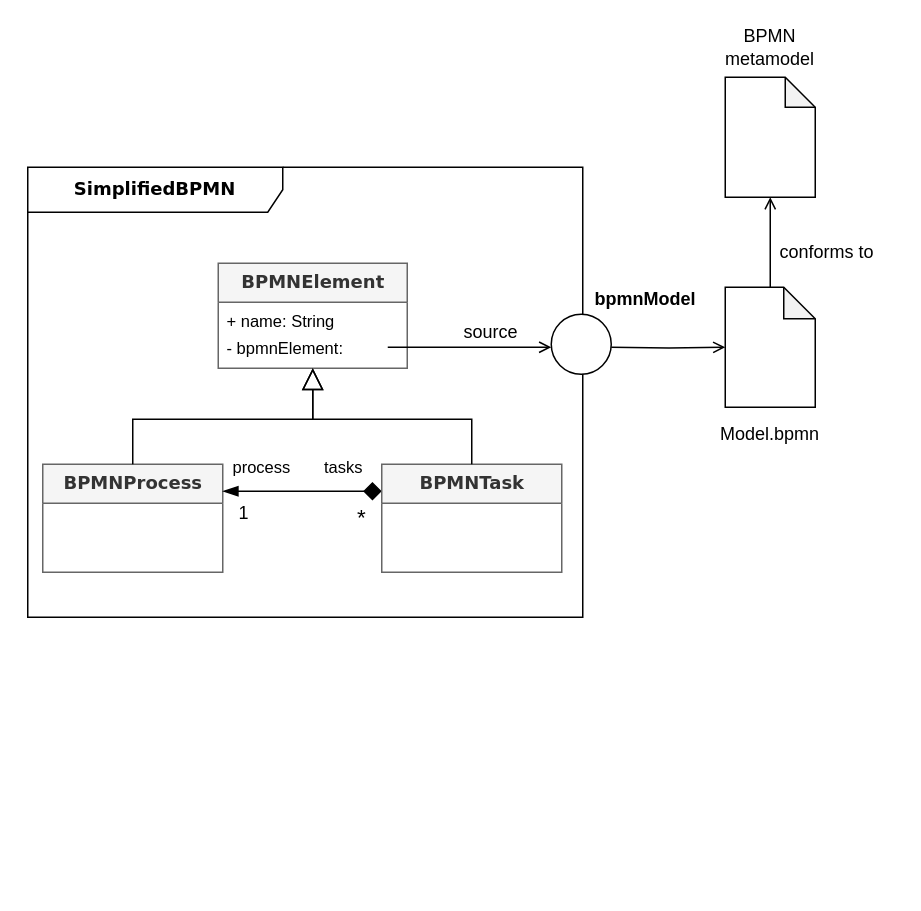
labsticc-p4s/multi-process-challenge keeps this draw.io diagram as Figures/BPMNSubsetExample.drawio. Above is the earlier version. Source tidied: cells renumbered, new cells numbered last; positions are measured from the earlier drawing's top-left corner, leaving out a move shared by most shapes. Both pictures are drawn from the tidied source at 150%, with x=0, y=0 at pixel (27, 32).
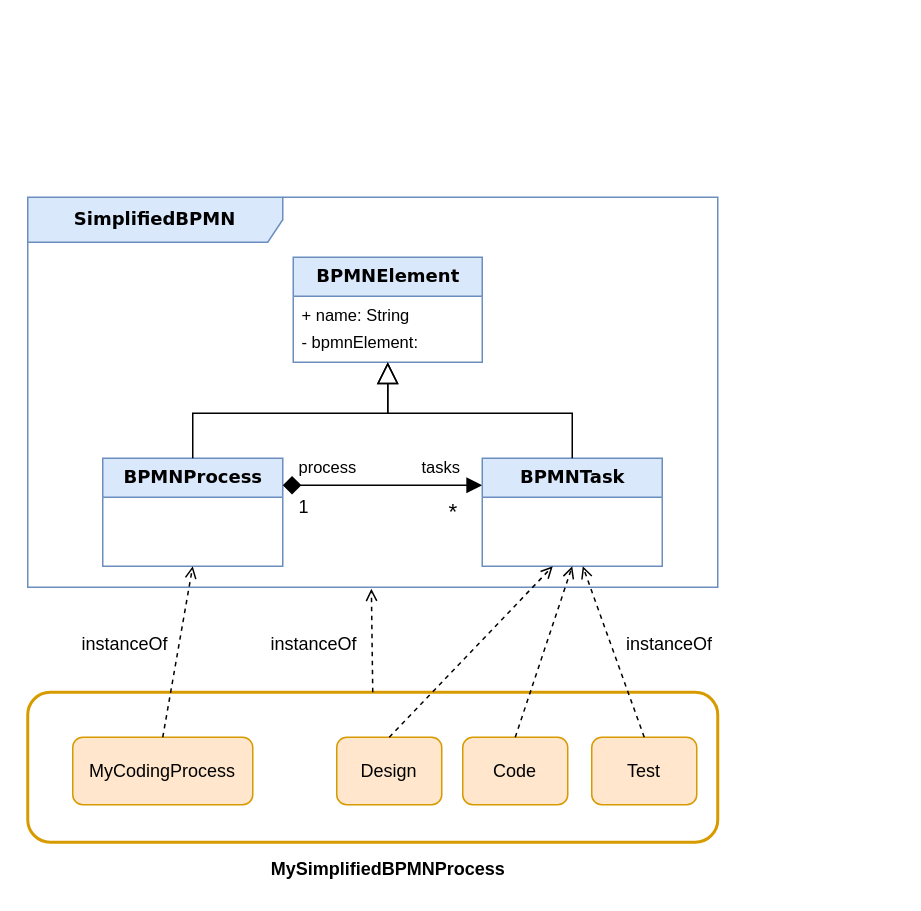
After the change.

The edit, as a diff of the source:
```diff
@@
-    <mxCell id="2" value="&lt;b&gt;&lt;font style=&quot;font-size: 12px&quot;&gt;SimplifiedBPMN&lt;/font&gt;&lt;/b&gt;" style="shape=umlFrame;whiteSpace=wrap;html=1;rounded=0;shadow=0;comic=0;labelBackgroundColor=none;strokeWidth=1;fontFamily=Verdana;fontSize=10;align=center;width=170;height=30;" parent="1" vertex="1">
-      <mxGeometry y="90" width="370" height="300" as="geometry" />
+    <mxCell id="2" value="&lt;b&gt;&lt;font style=&quot;font-size: 12px&quot;&gt;SimplifiedBPMN&lt;/font&gt;&lt;/b&gt;" style="shape=umlFrame;whiteSpace=wrap;html=1;rounded=0;shadow=0;comic=0;labelBackgroundColor=none;strokeWidth=1;fontFamily=Verdana;fontSize=10;align=center;width=170;height=30;fillColor=#dae8fc;strokeColor=#6c8ebf;" parent="1" vertex="1">
+      <mxGeometry y="110" width="460" height="260" as="geometry" />
     </mxCell>
-    <mxCell id="3" value="&lt;font style=&quot;font-size: 12px&quot;&gt;&lt;b&gt;BPMNElement&lt;/b&gt;&lt;/font&gt;" style="swimlane;html=1;fontStyle=0;horizontal=1;startSize=26;fillColor=#f5f5f5;swimlaneFillColor=#ffffff;rounded=0;shadow=0;comic=0;labelBackgroundColor=none;strokeWidth=1;fontFamily=Verdana;fontSize=10;align=center;strokeColor=#666666;fontColor=#333333;" parent="1" vertex="1">
-      <mxGeometry x="127" y="154" width="126" height="70" as="geometry" />
+    <mxCell id="3" value="&lt;font style=&quot;font-size: 12px&quot;&gt;&lt;b&gt;BPMNElement&lt;/b&gt;&lt;/font&gt;" style="swimlane;html=1;fontStyle=0;horizontal=1;startSize=26;fillColor=#dae8fc;swimlaneFillColor=#ffffff;rounded=0;shadow=0;comic=0;labelBackgroundColor=none;strokeWidth=1;fontFamily=Verdana;fontSize=10;align=center;strokeColor=#6c8ebf;" parent="1" vertex="1">
+      <mxGeometry x="177" y="150" width="126" height="70" as="geometry" />
     </mxCell>
@@
-    <mxCell id="6" value="&lt;font style=&quot;font-size: 12px&quot;&gt;&lt;b&gt;BPMNProcess&lt;/b&gt;&lt;/font&gt;" style="swimlane;html=1;fontStyle=0;horizontal=1;startSize=26;fillColor=#f5f5f5;swimlaneFillColor=#ffffff;rounded=0;shadow=0;comic=0;labelBackgroundColor=none;strokeWidth=1;fontFamily=Verdana;fontSize=10;align=center;strokeColor=#666666;fontColor=#333333;" parent="1" vertex="1">
-      <mxGeometry x="10" y="288" width="120" height="72" as="geometry" />
+    <mxCell id="6" value="&lt;font style=&quot;font-size: 12px&quot;&gt;&lt;b&gt;BPMNProcess&lt;/b&gt;&lt;/font&gt;" style="swimlane;html=1;fontStyle=0;horizontal=1;startSize=26;fillColor=#dae8fc;swimlaneFillColor=#ffffff;rounded=0;shadow=0;comic=0;labelBackgroundColor=none;strokeWidth=1;fontFamily=Verdana;fontSize=10;align=center;strokeColor=#6c8ebf;" parent="1" vertex="1">
+      <mxGeometry x="50" y="284" width="120" height="72" as="geometry" />
     </mxCell>
-    <mxCell id="7" style="edgeStyle=none;rounded=0;jettySize=auto;html=1;exitX=0;exitY=0.25;exitDx=0;exitDy=0;entryX=1;entryY=0.25;entryDx=0;entryDy=0;endArrow=blockThin;endFill=1;endSize=8;startArrow=diamond;startFill=1;startSize=10;" parent="1" edge="1" source="8" target="6">
+    <mxCell id="7" style="edgeStyle=none;rounded=0;jettySize=auto;html=1;exitX=0;exitY=0.25;exitDx=0;exitDy=0;entryX=1;entryY=0.25;entryDx=0;entryDy=0;endArrow=diamond;endFill=1;endSize=10;startArrow=block;startFill=1;startSize=8;" parent="1" edge="1" source="8" target="6">
       <mxGeometry relative="1" as="geometry" />
     </mxCell>
-    <mxCell id="8" value="&lt;font style=&quot;font-size: 12px&quot;&gt;&lt;b&gt;BPMNTask&lt;/b&gt;&lt;/font&gt;" style="swimlane;html=1;fontStyle=0;horizontal=1;startSize=26;fillColor=#f5f5f5;swimlaneFillColor=#ffffff;rounded=0;shadow=0;comic=0;labelBackgroundColor=none;strokeWidth=1;fontFamily=Verdana;fontSize=10;align=center;strokeColor=#666666;fontColor=#333333;" parent="1" vertex="1">
-      <mxGeometry x="236" y="288" width="120" height="72" as="geometry" />
+    <mxCell id="8" value="&lt;font style=&quot;font-size: 12px&quot;&gt;&lt;b&gt;BPMNTask&lt;/b&gt;&lt;/font&gt;" style="swimlane;html=1;fontStyle=0;horizontal=1;startSize=26;fillColor=#dae8fc;swimlaneFillColor=#ffffff;rounded=0;shadow=0;comic=0;labelBackgroundColor=none;strokeWidth=1;fontFamily=Verdana;fontSize=10;align=center;strokeColor=#6c8ebf;" parent="1" vertex="1">
+      <mxGeometry x="303" y="284" width="120" height="72" as="geometry" />
     </mxCell>
     <mxCell id="9" style="endArrow=block;endSize=12;endFill=0;html=1;rounded=0;" parent="1" edge="1" source="6" target="3">
       <mxGeometry relative="1" as="geometry">
         <Array as="points">
-          <mxPoint x="70" y="258" />
-          <mxPoint x="190" y="258" />
+          <mxPoint x="110" y="254" />
+          <mxPoint x="240" y="254" />
         </Array>
       </mxGeometry>
     </mxCell>
     <mxCell id="10" style="endArrow=block;endSize=12;endFill=0;html=1;exitX=0.5;exitY=0;exitDx=0;exitDy=0;rounded=0;" parent="1" edge="1" source="8" target="3">
       <mxGeometry relative="1" as="geometry">
         <Array as="points">
-          <mxPoint x="296" y="258" />
-          <mxPoint x="190" y="258" />
+          <mxPoint x="363" y="254" />
+          <mxPoint x="240" y="254" />
         </Array>
       </mxGeometry>
     </mxCell>
     <mxCell id="11" value="tasks" style="edgeLabel;html=1;align=left;verticalAlign=bottom;" parent="1" vertex="1">
-      <mxGeometry x="196" y="298" as="geometry" />
+      <mxGeometry x="261" y="298" as="geometry" />
     </mxCell>
     <mxCell id="12" value="process" style="edgeLabel;html=1;align=left;verticalAlign=bottom;" parent="1" vertex="1">
-      <mxGeometry x="135" y="298" as="geometry" />
+      <mxGeometry x="179" y="298" as="geometry" />
     </mxCell>
     <mxCell id="13" value="&lt;font style=&quot;font-size: 12px&quot;&gt;1&lt;/font&gt;" style="edgeLabel;html=1;align=left;verticalAlign=bottom;" parent="1" vertex="1">
-      <mxGeometry x="141" y="329" as="geometry">
+      <mxGeometry x="181" y="325" as="geometry">
         <mxPoint x="-2" as="offset" />
       </mxGeometry>
     </mxCell>
     <mxCell id="14" value="&lt;font style=&quot;font-size: 15px&quot;&gt;*&lt;/font&gt;" style="edgeLabel;html=1;align=left;verticalAlign=bottom;" parent="1" vertex="1">
-      <mxGeometry x="126" y="351" as="geometry">
+      <mxGeometry x="187" y="347" as="geometry">
         <mxPoint x="92" y="-17" as="offset" />
       </mxGeometry>
     </mxCell>
-    <mxCell id="15" style="edgeStyle=orthogonalEdgeStyle;rounded=0;jettySize=auto;html=1;exitX=0;exitY=0;exitDx=30;exitDy=0;exitPerimeter=0;entryX=0.5;entryY=1;entryDx=0;entryDy=0;entryPerimeter=0;startArrow=none;startFill=0;startSize=10;endArrow=open;endFill=0;" parent="1" edge="1" source="16" target="18">
-      <mxGeometry relative="1" as="geometry" />
-    </mxCell>
-    <mxCell id="16" style="shape=note;whiteSpace=wrap;html=1;backgroundOutline=1;darkOpacity=0.05;size=21;" parent="1" vertex="1">
-      <mxGeometry x="465" y="170" width="60" height="80" as="geometry" />
-    </mxCell>
-    <mxCell id="17" value="Model.bpmn" style="text;html=1;strokeColor=none;fillColor=none;align=center;verticalAlign=middle;whiteSpace=wrap;rounded=0;" parent="1" vertex="1">
-      <mxGeometry x="450" y="258" width="90" height="20" as="geometry" />
-    </mxCell>
-    <mxCell id="18" style="shape=note;whiteSpace=wrap;html=1;backgroundOutline=1;darkOpacity=0.05;size=20;" parent="1" vertex="1">
-      <mxGeometry x="465" y="30" width="60" height="80" as="geometry" />
-    </mxCell>
-    <mxCell id="19" value="BPMN metamodel" style="text;html=1;strokeColor=none;fillColor=none;align=center;verticalAlign=middle;whiteSpace=wrap;rounded=0;" parent="1" vertex="1">
-      <mxGeometry x="450" width="90" height="20" as="geometry" />
-    </mxCell>
-    <mxCell id="20" value="conforms to" style="text;html=1;strokeColor=none;fillColor=none;align=center;verticalAlign=middle;whiteSpace=wrap;rounded=0;" parent="1" vertex="1">
-      <mxGeometry x="488" y="137" width="90" height="20" as="geometry" />
-    </mxCell>
-    <mxCell id="21" value="bpmnModel" style="text;html=1;strokeColor=none;fillColor=none;align=center;verticalAlign=middle;whiteSpace=wrap;rounded=0;fontStyle=1;" parent="1" vertex="1">
-      <mxGeometry x="367" y="168" width="90" height="20" as="geometry" />
-    </mxCell>
-    <mxCell id="22" style="edgeStyle=orthogonalEdgeStyle;rounded=0;jettySize=auto;html=1;exitX=1;exitY=0.5;exitDx=0;exitDy=0;entryX=0;entryY=0.5;entryDx=0;entryDy=0;entryPerimeter=0;startArrow=none;startFill=0;startSize=10;endArrow=open;endFill=0;" parent="1" edge="1" target="16">
-      <mxGeometry relative="1" as="geometry">
-        <mxPoint x="389" y="210" as="sourcePoint" />
-      </mxGeometry>
-    </mxCell>
-    <mxCell id="23" style="edgeStyle=orthogonalEdgeStyle;rounded=0;orthogonalLoop=1;jettySize=auto;html=1;entryX=0;entryY=0.5;entryDx=0;entryDy=0;startArrow=none;startFill=0;startSize=10;endArrow=open;endFill=0;" parent="1" edge="1">
-      <mxGeometry relative="1" as="geometry">
-        <mxPoint x="240" y="210" as="sourcePoint" />
-        <mxPoint x="349" y="210" as="targetPoint" />
-      </mxGeometry>
-    </mxCell>
-    <mxCell id="24" value="source" style="text;html=1;strokeColor=none;fillColor=none;align=center;verticalAlign=middle;whiteSpace=wrap;rounded=0;" parent="1" vertex="1">
-      <mxGeometry x="269" y="190" width="80" height="20" as="geometry" />
-    </mxCell>
-    <mxCell id="25" style="ellipse;whiteSpace=wrap;html=1;" parent="1" vertex="1">
-      <mxGeometry x="349" y="188" width="40" height="40" as="geometry" />
-    </mxCell>
+    <mxCell id="26" style="rounded=1;whiteSpace=wrap;html=1;fillColor=none;strokeColor=#d79b00;strokeWidth=2;" parent="1" vertex="1">
+      <mxGeometry y="440" width="460" height="100" as="geometry" />
+    </mxCell>
+    <mxCell id="27" value="MyCodingProcess" style="rounded=1;whiteSpace=wrap;html=1;strokeWidth=1;fillColor=#ffe6cc;strokeColor=#d79b00;" parent="1" vertex="1">
+      <mxGeometry x="30" y="470" width="120" height="45" as="geometry" />
+    </mxCell>
+    <mxCell id="28" value="Design" style="rounded=1;whiteSpace=wrap;html=1;strokeWidth=1;fillColor=#ffe6cc;strokeColor=#d79b00;" parent="1" vertex="1">
+      <mxGeometry x="206" y="470" width="70" height="45" as="geometry" />
+    </mxCell>
+    <mxCell id="29" value="Code" style="rounded=1;whiteSpace=wrap;html=1;strokeWidth=1;fillColor=#ffe6cc;strokeColor=#d79b00;" parent="1" vertex="1">
+      <mxGeometry x="290" y="470" width="70" height="45" as="geometry" />
+    </mxCell>
+    <mxCell id="30" value="Test" style="rounded=1;whiteSpace=wrap;html=1;strokeWidth=1;fillColor=#ffe6cc;strokeColor=#d79b00;" parent="1" vertex="1">
+      <mxGeometry x="376" y="470" width="70" height="45" as="geometry" />
+    </mxCell>
+    <mxCell id="31" style="rounded=0;jettySize=auto;html=1;entryX=0.5;entryY=1;entryDx=0;entryDy=0;startArrow=none;startFill=0;startSize=10;endArrow=open;endFill=0;exitX=0.5;exitY=0;exitDx=0;exitDy=0;dashed=1;" parent="1" edge="1" source="29" target="8">
+      <mxGeometry relative="1" as="geometry" />
+    </mxCell>
+    <mxCell id="32" style="rounded=0;jettySize=auto;html=1;startArrow=none;startFill=0;startSize=10;endArrow=open;endFill=0;exitX=0.5;exitY=0;exitDx=0;exitDy=0;dashed=1;" parent="1" edge="1" source="28">
+      <mxGeometry relative="1" as="geometry">
+        <mxPoint x="350" y="356" as="targetPoint" />
+      </mxGeometry>
+    </mxCell>
+    <mxCell id="33" style="rounded=0;jettySize=auto;html=1;startArrow=none;startFill=0;startSize=10;endArrow=open;endFill=0;exitX=0.5;exitY=0;exitDx=0;exitDy=0;dashed=1;" parent="1" edge="1" source="30">
+      <mxGeometry relative="1" as="geometry">
+        <mxPoint x="370" y="356" as="targetPoint" />
+      </mxGeometry>
+    </mxCell>
+    <mxCell id="34" style="rounded=0;jettySize=auto;html=1;startArrow=none;startFill=0;startSize=10;endArrow=open;endFill=0;exitX=0.5;exitY=0;exitDx=0;exitDy=0;dashed=1;entryX=0.5;entryY=1;entryDx=0;entryDy=0;" parent="1" edge="1" source="27" target="6">
+      <mxGeometry relative="1" as="geometry" />
+    </mxCell>
+    <mxCell id="35" style="rounded=0;jettySize=auto;html=1;startArrow=none;startFill=0;startSize=10;endArrow=open;endFill=0;exitX=0.5;exitY=0;exitDx=0;exitDy=0;dashed=1;entryX=0.498;entryY=1.004;entryDx=0;entryDy=0;entryPerimeter=0;" parent="1" edge="1" source="26" target="2">
+      <mxGeometry relative="1" as="geometry" />
+    </mxCell>
+    <mxCell id="36" value="instanceOf" style="text;html=1;strokeColor=none;fillColor=none;align=center;verticalAlign=middle;whiteSpace=wrap;rounded=0;" parent="1" vertex="1">
+      <mxGeometry x="20" y="398" width="90" height="20" as="geometry" />
+    </mxCell>
+    <mxCell id="37" value="instanceOf" style="text;html=1;strokeColor=none;fillColor=none;align=center;verticalAlign=middle;whiteSpace=wrap;rounded=0;" parent="1" vertex="1">
+      <mxGeometry x="146" y="398" width="90" height="20" as="geometry" />
+    </mxCell>
+    <mxCell id="38" value="instanceOf" style="text;html=1;strokeColor=none;fillColor=none;align=center;verticalAlign=middle;whiteSpace=wrap;rounded=0;" parent="1" vertex="1">
+      <mxGeometry x="383" y="398" width="90" height="20" as="geometry" />
+    </mxCell>
+    <mxCell id="39" value="MySimplifiedBPMNProcess" style="text;html=1;strokeColor=none;fillColor=none;align=center;verticalAlign=middle;whiteSpace=wrap;rounded=0;fontStyle=1;" parent="1" vertex="1">
+      <mxGeometry x="148.5" y="548" width="183" height="20" as="geometry" />
+    </mxCell>
```
